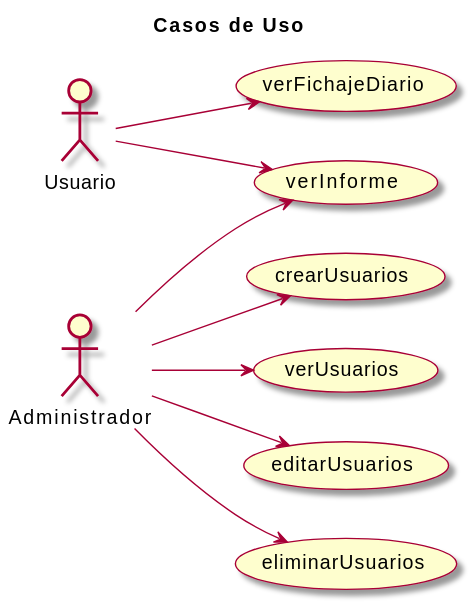
Above: imagenes/casosDeUso/diagramaCasosDeUso.svg in mmasias/23-24-IdSw1-SDR (PlantUML), before the change.
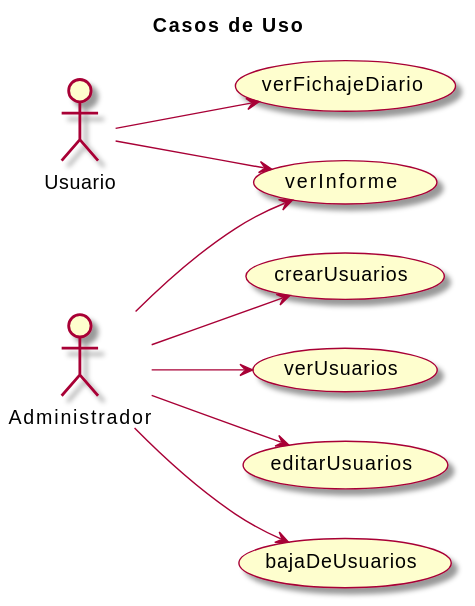
After the commit.

Commit message:
Cambiar de eliminar a dar de baja

What changed in the source:
```diff
@@ -2,8 +2,6 @@
 skin rose
 left to right direction
 title Casos de Uso
-
-
 
 Usuario --> (verFichajeDiario)
 Usuario --> (verInforme)
@@ -11,6 +9,6 @@
 Administrador --> (crearUsuarios)
 Administrador --> (verUsuarios)
 Administrador --> (editarUsuarios)
-Administrador --> (eliminarUsuarios)
+Administrador --> (bajaDeUsuarios)
 Administrador --> (verInforme)
 @enduml
```
